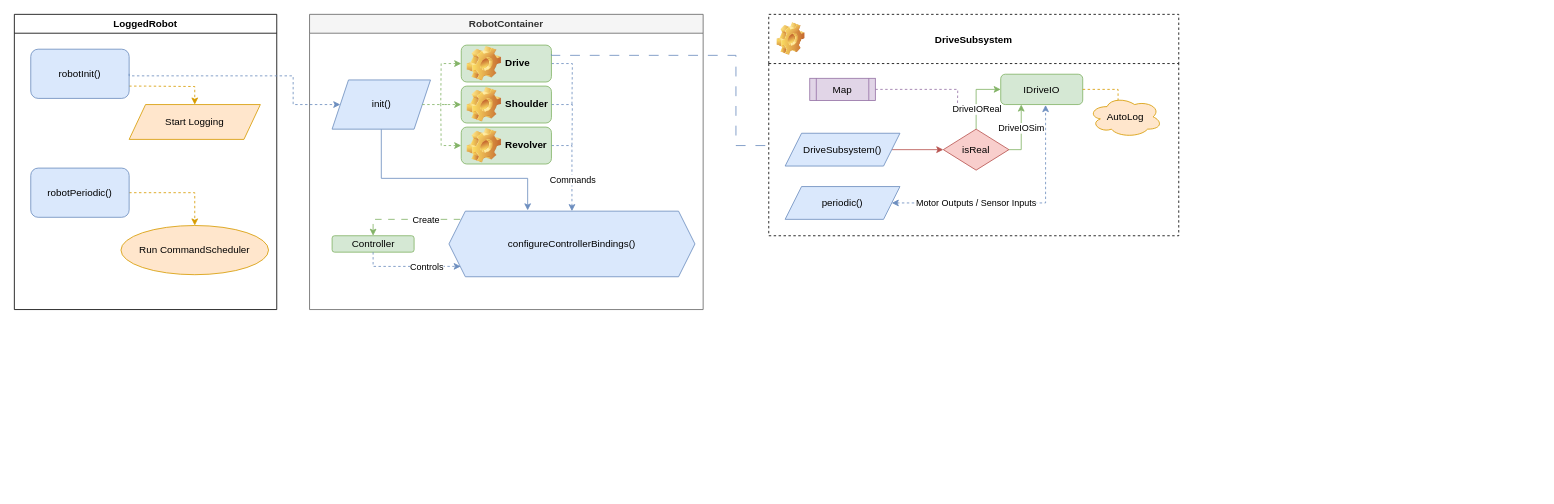
This is Basic_LoggedRobot.drawio from FRCTeam31/TShirt_Cannon, a draw.io file, before an edit. Source tidied: cells renumbered, new cells numbered last; positions are measured from the earlier drawing's top-left corner, leaving out a move shared by most shapes. Both pictures are drawn from the tidied source at 82%, with x=0, y=0 at pixel (14, 14).
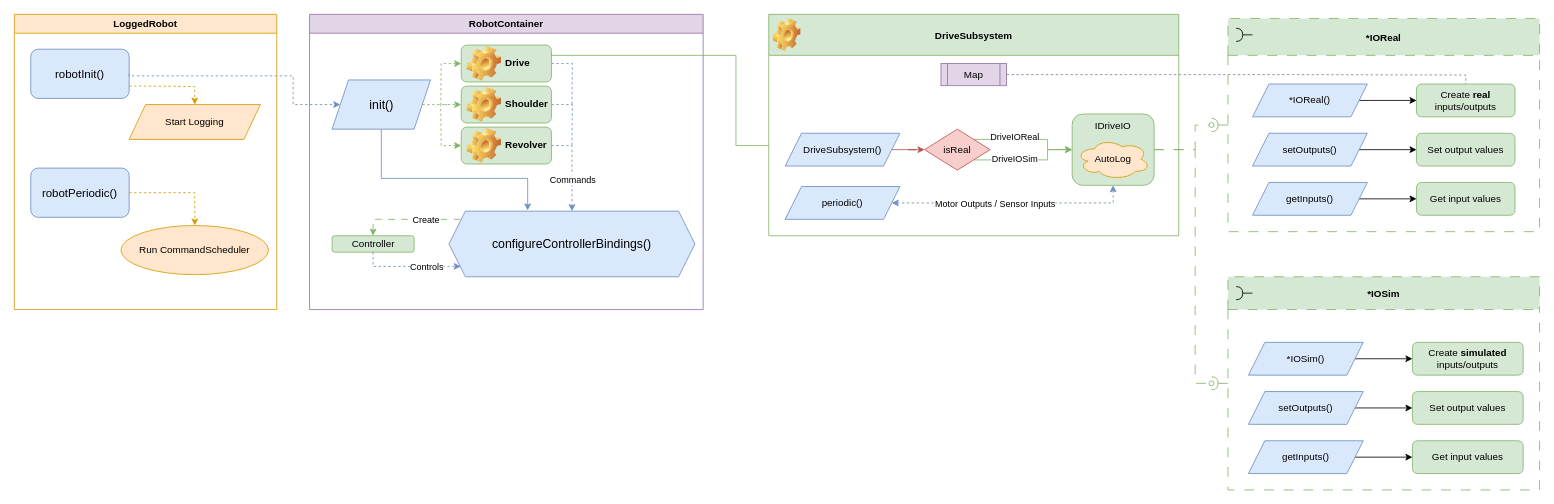
Above is the later version.

The change refers to these unchanged cells:
```xml
<mxCell id="13" value="&lt;div&gt;Drive&lt;/div&gt;" style="label;whiteSpace=wrap;html=1;image=img/clipart/Gear_128x128.png;fillColor=#d5e8d4;strokeColor=#82b366;" parent="2" vertex="1">
  <mxGeometry x="185" y="37.5" width="110" height="45" as="geometry" />
</mxCell>
<mxCell id="43" value="periodic()" style="shape=parallelogram;perimeter=parallelogramPerimeter;whiteSpace=wrap;html=1;fixedSize=1;fillColor=#dae8fc;strokeColor=#6c8ebf;" parent="29" vertex="1">
  <mxGeometry x="20" y="210" width="140" height="40" as="geometry" />
</mxCell>
```

Change to the diagram source:
```diff
@@
-    <mxCell id="2" value="RobotContainer" style="swimlane;fillColor=#f5f5f5;fontColor=#333333;strokeColor=#666666;" parent="1" vertex="1">
+    <mxCell id="2" value="RobotContainer" style="swimlane;fillColor=#e1d5e7;strokeColor=#9673a6;" parent="1" vertex="1">
       <mxGeometry x="360" width="480" height="360" as="geometry" />
     </mxCell>
@@
-    <mxCell id="4" value="init()" style="shape=parallelogram;perimeter=parallelogramPerimeter;whiteSpace=wrap;html=1;fixedSize=1;fillColor=#dae8fc;strokeColor=#6c8ebf;" parent="2" vertex="1">
+    <mxCell id="4" value="init()" style="shape=parallelogram;perimeter=parallelogramPerimeter;whiteSpace=wrap;html=1;fixedSize=1;fillColor=#dae8fc;strokeColor=#6c8ebf;fontSize=15;" parent="2" vertex="1">
       <mxGeometry x="27.5" y="80" width="120" height="60" as="geometry" />
     </mxCell>
-    <mxCell id="5" value="configureControllerBindings()" style="shape=hexagon;perimeter=hexagonPerimeter2;whiteSpace=wrap;html=1;fixedSize=1;fillColor=#dae8fc;strokeColor=#6c8ebf;rounded=0;" parent="2" vertex="1">
+    <mxCell id="5" value="configureControllerBindings()" style="shape=hexagon;perimeter=hexagonPerimeter2;whiteSpace=wrap;html=1;fixedSize=1;fillColor=#dae8fc;strokeColor=#6c8ebf;rounded=0;fontSize=15;" parent="2" vertex="1">
       <mxGeometry x="170" y="240" width="300" height="80" as="geometry" />
     </mxCell>
@@
-    <mxCell id="21" value="LoggedRobot" style="swimlane;" parent="1" vertex="1">
+    <mxCell id="21" value="LoggedRobot" style="swimlane;strokeColor=#d79b00;fillColor=#ffe6cc;" parent="1" vertex="1">
       <mxGeometry width="320" height="360" as="geometry" />
     </mxCell>
@@
-    <mxCell id="23" value="robotInit()" style="rounded=1;whiteSpace=wrap;html=1;fillColor=#dae8fc;strokeColor=#6c8ebf;" parent="21" vertex="1">
+    <mxCell id="23" value="robotInit()" style="rounded=1;whiteSpace=wrap;html=1;fillColor=#dae8fc;strokeColor=#6c8ebf;fontSize=14;" parent="21" vertex="1">
       <mxGeometry x="20" y="42.5" width="120" height="60" as="geometry" />
     </mxCell>
@@
-    <mxCell id="26" value="&lt;div&gt;robotPeriodic()&lt;/div&gt;" style="rounded=1;whiteSpace=wrap;html=1;fillColor=#dae8fc;strokeColor=#6c8ebf;" parent="21" vertex="1">
+    <mxCell id="26" value="&lt;div style=&quot;font-size: 14px;&quot;&gt;robotPeriodic()&lt;/div&gt;" style="rounded=1;whiteSpace=wrap;html=1;fillColor=#dae8fc;strokeColor=#6c8ebf;fontSize=14;" parent="21" vertex="1">
       <mxGeometry x="20" y="187.5" width="120" height="60" as="geometry" />
     </mxCell>
@@
-    <mxCell id="29" value="DriveSubsystem" style="swimlane;startSize=60;align=center;dashed=1;" parent="1" vertex="1">
+    <mxCell id="29" value="DriveSubsystem" style="swimlane;startSize=50;align=center;fillColor=#d5e8d4;strokeColor=#82b366;" parent="1" vertex="1">
       <mxGeometry x="920" width="500" height="270" as="geometry" />
     </mxCell>
     <mxCell id="30" style="shape=image;html=1;verticalLabelPosition=bottom;verticalAlign=top;imageAspect=1;image=img/clipart/Gear_128x128.png;" parent="29" vertex="1">
-      <mxGeometry x="10" y="10" width="34.1" height="40" as="geometry" />
+      <mxGeometry x="5" y="5" width="34.1" height="40" as="geometry" />
     </mxCell>
-    <mxCell id="31" style="edgeStyle=orthogonalEdgeStyle;rounded=0;jettySize=auto;html=1;exitX=1;exitY=0.5;exitDx=0;exitDy=0;endArrow=none;endFill=0;fillColor=#e1d5e7;strokeColor=#9673a6;dashed=1;" parent="29" edge="1" source="32">
-      <mxGeometry relative="1" as="geometry">
-        <mxPoint x="230" y="120" as="targetPoint" />
-      </mxGeometry>
-    </mxCell>
     <mxCell id="32" value="Map" style="shape=process;whiteSpace=wrap;html=1;backgroundOutline=1;fillColor=#e1d5e7;strokeColor=#9673a6;" parent="29" vertex="1">
-      <mxGeometry x="50" y="78" width="80" height="27" as="geometry" />
+      <mxGeometry x="210" y="60" width="80" height="27" as="geometry" />
     </mxCell>
@@
-    <mxCell id="35" style="edgeStyle=orthogonalEdgeStyle;rounded=0;jettySize=auto;html=1;exitX=0.5;exitY=0;exitDx=0;exitDy=0;entryX=0;entryY=0.5;entryDx=0;entryDy=0;fillColor=#d5e8d4;strokeColor=#82b366;" parent="29" edge="1" source="39" target="40">
-      <mxGeometry relative="1" as="geometry" />
-    </mxCell>
-    <mxCell id="36" value="DriveIOReal" style="edgeLabel;html=1;align=center;verticalAlign=middle;" parent="35" vertex="1">
-      <mxGeometry x="-0.37" y="-1" relative="1" as="geometry" />
+    <mxCell id="36" value="DriveIOReal" style="edgeStyle=orthogonalEdgeStyle;rounded=0;jettySize=auto;html=1;exitX=1;exitY=0;exitDx=0;exitDy=0;entryX=0;entryY=0.5;entryDx=0;entryDy=0;fillColor=#d5e8d4;strokeColor=#82b366;" parent="29" edge="1" source="39" target="40">
+      <mxGeometry x="-0.25" y="3" relative="1" as="geometry">
+        <Array as="points">
+          <mxPoint x="340" y="152" />
+          <mxPoint x="340" y="165" />
+        </Array>
+      </mxGeometry>
     </mxCell>
-    <mxCell id="37" style="edgeStyle=orthogonalEdgeStyle;rounded=0;jettySize=auto;html=1;exitX=1;exitY=0.5;exitDx=0;exitDy=0;entryX=0.25;entryY=1;entryDx=0;entryDy=0;fillColor=#d5e8d4;strokeColor=#82b366;" parent="29" edge="1" source="39" target="40">
-      <mxGeometry relative="1" as="geometry">
-        <Array as="points">
-          <mxPoint x="308" y="165" />
-        </Array>
-      </mxGeometry>
-    </mxCell>
+    <mxCell id="47" style="edgeStyle=orthogonalEdgeStyle;rounded=0;jettySize=auto;html=1;exitX=1;exitY=1;exitDx=0;exitDy=0;entryX=0;entryY=0.5;entryDx=0;entryDy=0;fillColor=#d5e8d4;strokeColor=#82b366;" parent="29" edge="1" source="39" target="40">
+      <mxGeometry relative="1" as="geometry">
+        <Array as="points">
+          <mxPoint x="340" y="177" />
+          <mxPoint x="340" y="165" />
+        </Array>
+      </mxGeometry>
+    </mxCell>
-    <mxCell id="38" value="DriveIOSim" style="edgeLabel;html=1;align=center;verticalAlign=middle;" parent="37" vertex="1">
-      <mxGeometry x="-0.16" y="-2" relative="1" as="geometry">
-        <mxPoint x="-2" y="-13" as="offset" />
+    <mxCell id="38" value="DriveIOSim" style="edgeLabel;html=1;align=center;verticalAlign=middle;" parent="47" vertex="1">
+      <mxGeometry x="-0.45" y="-1" relative="1" as="geometry">
+        <mxPoint x="13" y="-2" as="offset" />
       </mxGeometry>
     </mxCell>
     <mxCell id="39" value="isReal" style="rhombus;whiteSpace=wrap;html=1;fillColor=#f8cecc;strokeColor=#b85450;" parent="29" vertex="1">
-      <mxGeometry x="212.9" y="140" width="80" height="50" as="geometry" />
+      <mxGeometry x="190" y="140" width="80" height="50" as="geometry" />
     </mxCell>
+    <mxCell id="48" style="edgeStyle=orthogonalEdgeStyle;rounded=0;jettySize=auto;html=1;exitX=1;exitY=0.5;exitDx=0;exitDy=0;endArrow=oval;endFill=0;fillColor=#d5e8d4;strokeColor=#82b366;dashed=1;dashPattern=12 12;" parent="29" edge="1" source="40">
+      <mxGeometry relative="1" as="geometry">
+        <mxPoint x="540" y="450" as="targetPoint" />
+        <Array as="points">
+          <mxPoint x="520" y="165" />
+          <mxPoint x="520" y="450" />
+        </Array>
+      </mxGeometry>
+    </mxCell>
-    <mxCell id="40" value="IDriveIO" style="rounded=1;whiteSpace=wrap;html=1;fillColor=#d5e8d4;strokeColor=#82b366;" parent="29" vertex="1">
-      <mxGeometry x="282.9" y="73" width="100" height="37" as="geometry" />
+    <mxCell id="40" value="IDriveIO" style="rounded=1;whiteSpace=wrap;html=1;fillColor=#d5e8d4;strokeColor=#82b366;verticalAlign=top;" parent="29" vertex="1">
+      <mxGeometry x="370" y="121.5" width="100" height="87" as="geometry" />
     </mxCell>
-    <mxCell id="41" style="edgeStyle=orthogonalEdgeStyle;rounded=0;jettySize=auto;html=1;exitX=1;exitY=0.5;exitDx=0;exitDy=0;entryX=0.547;entryY=1.016;entryDx=0;entryDy=0;dashed=1;entryPerimeter=0;startArrow=classic;startFill=1;fillColor=#dae8fc;strokeColor=#6c8ebf;" parent="29" edge="1" source="43" target="40">
+    <mxCell id="41" style="edgeStyle=orthogonalEdgeStyle;rounded=0;jettySize=auto;html=1;exitX=1;exitY=0.5;exitDx=0;exitDy=0;entryX=0.5;entryY=1;entryDx=0;entryDy=0;dashed=1;startArrow=classic;startFill=1;fillColor=#dae8fc;strokeColor=#6c8ebf;" parent="29" edge="1" source="43" target="40">
       <mxGeometry relative="1" as="geometry" />
     </mxCell>
     <mxCell id="42" value="Motor Outputs / Sensor Inputs" style="edgeLabel;html=1;align=center;verticalAlign=middle;" parent="41" vertex="1">
       <mxGeometry x="-0.56" relative="1" as="geometry">
-        <mxPoint x="34" y="-1" as="offset" />
+        <mxPoint x="61" as="offset" />
       </mxGeometry>
     </mxCell>
@@
     <mxCell id="44" value="AutoLog" style="ellipse;shape=cloud;whiteSpace=wrap;html=1;fillColor=#ffe6cc;strokeColor=#d79b00;" parent="29" vertex="1">
-      <mxGeometry x="390" y="100" width="90" height="50" as="geometry" />
+      <mxGeometry x="375" y="151.5" width="90" height="50" as="geometry" />
     </mxCell>
-    <mxCell id="45" style="edgeStyle=orthogonalEdgeStyle;rounded=0;jettySize=auto;html=1;exitX=1;exitY=0.5;exitDx=0;exitDy=0;entryX=0.4;entryY=0.1;entryDx=0;entryDy=0;entryPerimeter=0;dashed=1;endArrow=none;endFill=0;fillColor=#ffe6cc;strokeColor=#d79b00;" parent="29" edge="1" source="40" target="44">
-      <mxGeometry relative="1" as="geometry">
-        <Array as="points">
-          <mxPoint x="426" y="92" />
-        </Array>
-      </mxGeometry>
-    </mxCell>
-    <mxCell id="46" style="edgeStyle=orthogonalEdgeStyle;rounded=0;jettySize=auto;html=1;exitX=1;exitY=0.25;exitDx=0;exitDy=0;dashed=1;endArrow=none;endFill=0;dashPattern=12 12;fillColor=#dae8fc;strokeColor=#6c8ebf;" parent="1" edge="1" source="13">
+    <mxCell id="46" style="edgeStyle=orthogonalEdgeStyle;rounded=0;jettySize=auto;html=1;exitX=1;exitY=0.25;exitDx=0;exitDy=0;endArrow=none;endFill=0;fillColor=#d5e8d4;strokeColor=#82b366;" parent="1" edge="1" source="13">
       <mxGeometry relative="1" as="geometry">
         <mxPoint x="920" y="160" as="targetPoint" />
         <Array as="points">
           <mxPoint x="655" y="50" />
           <mxPoint x="880" y="50" />
           <mxPoint x="880" y="160" />
         </Array>
       </mxGeometry>
     </mxCell>
+    <mxCell id="49" style="edgeStyle=orthogonalEdgeStyle;rounded=0;jettySize=auto;html=1;exitX=0;exitY=0.5;exitDx=0;exitDy=0;endArrow=halfCircle;endFill=0;fillColor=#d5e8d4;strokeColor=#82b366;" parent="1" edge="1" source="50">
+      <mxGeometry relative="1" as="geometry">
+        <mxPoint x="1460" y="135" as="targetPoint" />
+      </mxGeometry>
+    </mxCell>
+    <mxCell id="50" value="*IOReal" style="swimlane;startSize=45;align=center;dashed=1;dashPattern=12 12;fillColor=#d5e8d4;strokeColor=#82b366;" parent="1" vertex="1">
+      <mxGeometry x="1480" y="5" width="380" height="260" as="geometry" />
+    </mxCell>
+    <mxCell id="51" style="edgeStyle=orthogonalEdgeStyle;rounded=0;jettySize=auto;html=1;exitX=1;exitY=0.5;exitDx=0;exitDy=0;" parent="50" edge="1" source="52" target="53">
+      <mxGeometry relative="1" as="geometry" />
+    </mxCell>
+    <mxCell id="52" value="*IOReal()" style="shape=parallelogram;perimeter=parallelogramPerimeter;whiteSpace=wrap;html=1;fixedSize=1;fillColor=#dae8fc;strokeColor=#6c8ebf;" parent="50" vertex="1">
+      <mxGeometry x="30" y="80" width="140" height="40" as="geometry" />
+    </mxCell>
+    <mxCell id="53" value="Create &lt;b&gt;real &lt;/b&gt;inputs/outputs" style="rounded=1;whiteSpace=wrap;html=1;fillColor=#d5e8d4;strokeColor=#82b366;" parent="50" vertex="1">
+      <mxGeometry x="230" y="80" width="120" height="40" as="geometry" />
+    </mxCell>
+    <mxCell id="54" style="edgeStyle=orthogonalEdgeStyle;rounded=0;jettySize=auto;html=1;exitX=1;exitY=0.5;exitDx=0;exitDy=0;" parent="50" edge="1" source="55" target="56">
+      <mxGeometry relative="1" as="geometry" />
+    </mxCell>
+    <mxCell id="55" value="setOutputs()" style="shape=parallelogram;perimeter=parallelogramPerimeter;whiteSpace=wrap;html=1;fixedSize=1;fillColor=#dae8fc;strokeColor=#6c8ebf;" parent="50" vertex="1">
+      <mxGeometry x="30" y="140" width="140" height="40" as="geometry" />
+    </mxCell>
+    <mxCell id="56" value="Set output values" style="rounded=1;whiteSpace=wrap;html=1;fillColor=#d5e8d4;strokeColor=#82b366;" parent="50" vertex="1">
+      <mxGeometry x="230" y="140" width="120" height="40" as="geometry" />
+    </mxCell>
+    <mxCell id="57" style="edgeStyle=orthogonalEdgeStyle;rounded=0;jettySize=auto;html=1;exitX=1;exitY=0.5;exitDx=0;exitDy=0;" parent="50" edge="1" source="58" target="59">
+      <mxGeometry relative="1" as="geometry" />
+    </mxCell>
+    <mxCell id="58" value="getInputs()" style="shape=parallelogram;perimeter=parallelogramPerimeter;whiteSpace=wrap;html=1;fixedSize=1;fillColor=#dae8fc;strokeColor=#6c8ebf;" parent="50" vertex="1">
+      <mxGeometry x="30" y="200" width="140" height="40" as="geometry" />
+    </mxCell>
+    <mxCell id="59" value="Get input values" style="rounded=1;whiteSpace=wrap;html=1;fillColor=#d5e8d4;strokeColor=#82b366;" parent="50" vertex="1">
+      <mxGeometry x="230" y="200" width="120" height="40" as="geometry" />
+    </mxCell>
+    <mxCell id="60" style="rounded=0;orthogonalLoop=1;jettySize=auto;html=1;endArrow=halfCircle;endFill=0;endSize=6;strokeWidth=1;sketch=0;fontSize=12;curved=1;" parent="50" edge="1">
+      <mxGeometry relative="1" as="geometry">
+        <mxPoint x="30" y="20" as="sourcePoint" />
+        <mxPoint x="10" y="20" as="targetPoint" />
+      </mxGeometry>
+    </mxCell>
+    <mxCell id="61" style="ellipse;whiteSpace=wrap;html=1;align=center;fillColor=none;strokeColor=none;perimeter=centerPerimeter;" parent="50" vertex="1">
+      <mxGeometry x="44.1" y="20" width="10" height="10" as="geometry" />
+    </mxCell>
+    <mxCell id="62" value="*IOSim" style="swimlane;startSize=40;align=center;dashed=1;dashPattern=12 12;fillColor=#d5e8d4;strokeColor=#82b366;" parent="1" vertex="1">
+      <mxGeometry x="1480" y="320" width="380" height="260" as="geometry" />
+    </mxCell>
+    <mxCell id="63" style="edgeStyle=orthogonalEdgeStyle;rounded=0;jettySize=auto;html=1;exitX=1;exitY=0.5;exitDx=0;exitDy=0;" parent="62" edge="1" source="64" target="65">
+      <mxGeometry relative="1" as="geometry" />
+    </mxCell>
+    <mxCell id="64" value="*IOSim()" style="shape=parallelogram;perimeter=parallelogramPerimeter;whiteSpace=wrap;html=1;fixedSize=1;fillColor=#dae8fc;strokeColor=#6c8ebf;" parent="62" vertex="1">
+      <mxGeometry x="25" y="80" width="140" height="40" as="geometry" />
+    </mxCell>
+    <mxCell id="65" value="Create &lt;b&gt;simulated&lt;/b&gt; inputs/outputs" style="rounded=1;whiteSpace=wrap;html=1;fillColor=#d5e8d4;strokeColor=#82b366;" parent="62" vertex="1">
+      <mxGeometry x="225" y="80" width="135" height="40" as="geometry" />
+    </mxCell>
+    <mxCell id="66" style="edgeStyle=orthogonalEdgeStyle;rounded=0;jettySize=auto;html=1;exitX=1;exitY=0.5;exitDx=0;exitDy=0;" parent="62" edge="1" source="67" target="68">
+      <mxGeometry relative="1" as="geometry" />
+    </mxCell>
+    <mxCell id="67" value="setOutputs()" style="shape=parallelogram;perimeter=parallelogramPerimeter;whiteSpace=wrap;html=1;fixedSize=1;fillColor=#dae8fc;strokeColor=#6c8ebf;" parent="62" vertex="1">
+      <mxGeometry x="25" y="140" width="140" height="40" as="geometry" />
+    </mxCell>
+    <mxCell id="68" value="Set output values" style="rounded=1;whiteSpace=wrap;html=1;fillColor=#d5e8d4;strokeColor=#82b366;" parent="62" vertex="1">
+      <mxGeometry x="225" y="140" width="135" height="40" as="geometry" />
+    </mxCell>
+    <mxCell id="69" style="edgeStyle=orthogonalEdgeStyle;rounded=0;jettySize=auto;html=1;exitX=1;exitY=0.5;exitDx=0;exitDy=0;" parent="62" edge="1" source="70" target="71">
+      <mxGeometry relative="1" as="geometry" />
+    </mxCell>
+    <mxCell id="70" value="getInputs()" style="shape=parallelogram;perimeter=parallelogramPerimeter;whiteSpace=wrap;html=1;fixedSize=1;fillColor=#dae8fc;strokeColor=#6c8ebf;" parent="62" vertex="1">
+      <mxGeometry x="25" y="200" width="140" height="40" as="geometry" />
+    </mxCell>
+    <mxCell id="71" value="Get input values" style="rounded=1;whiteSpace=wrap;html=1;fillColor=#d5e8d4;strokeColor=#82b366;" parent="62" vertex="1">
+      <mxGeometry x="225" y="200" width="135" height="40" as="geometry" />
+    </mxCell>
+    <mxCell id="72" style="rounded=0;orthogonalLoop=1;jettySize=auto;html=1;endArrow=halfCircle;endFill=0;endSize=6;strokeWidth=1;sketch=0;fontSize=12;curved=1;" parent="62" edge="1">
+      <mxGeometry relative="1" as="geometry">
+        <mxPoint x="30" y="20" as="sourcePoint" />
+        <mxPoint x="10" y="20" as="targetPoint" />
+      </mxGeometry>
+    </mxCell>
+    <mxCell id="73" style="ellipse;whiteSpace=wrap;html=1;align=center;fillColor=none;strokeColor=none;perimeter=centerPerimeter;" parent="62" vertex="1">
+      <mxGeometry x="10" y="20" width="10" height="10" as="geometry" />
+    </mxCell>
+    <mxCell id="74" style="rounded=0;jettySize=auto;html=1;endArrow=halfCircle;endFill=0;endSize=6;strokeWidth=1;sketch=0;exitX=0;exitY=0.5;exitDx=0;exitDy=0;fillColor=#d5e8d4;strokeColor=#82b366;" parent="1" edge="1" source="62">
+      <mxGeometry relative="1" as="geometry">
+        <mxPoint x="1460" y="450" as="targetPoint" />
+      </mxGeometry>
+    </mxCell>
+    <mxCell id="75" style="edgeStyle=orthogonalEdgeStyle;rounded=0;jettySize=auto;html=1;exitX=1;exitY=0.5;exitDx=0;exitDy=0;fillColor=#d5e8d4;strokeColor=#82b366;endArrow=oval;endFill=0;dashed=1;dashPattern=12 12;" parent="1" edge="1" source="40">
+      <mxGeometry relative="1" as="geometry">
+        <mxPoint x="1460" y="135" as="targetPoint" />
+        <Array as="points">
+          <mxPoint x="1440" y="165" />
+          <mxPoint x="1440" y="135" />
+        </Array>
+      </mxGeometry>
+    </mxCell>
+    <mxCell id="76" style="edgeStyle=orthogonalEdgeStyle;rounded=0;jettySize=auto;html=1;exitX=1;exitY=0.5;exitDx=0;exitDy=0;entryX=0.5;entryY=0;entryDx=0;entryDy=0;endArrow=none;endFill=0;fillColor=#e1d5e7;strokeColor=#9673a6;dashed=1;" parent="1" edge="1" source="32" target="53">
+      <mxGeometry relative="1" as="geometry">
+        <Array as="points">
+          <mxPoint x="1560" y="74" />
+          <mxPoint x="1770" y="74" />
+        </Array>
+      </mxGeometry>
+    </mxCell>
```
